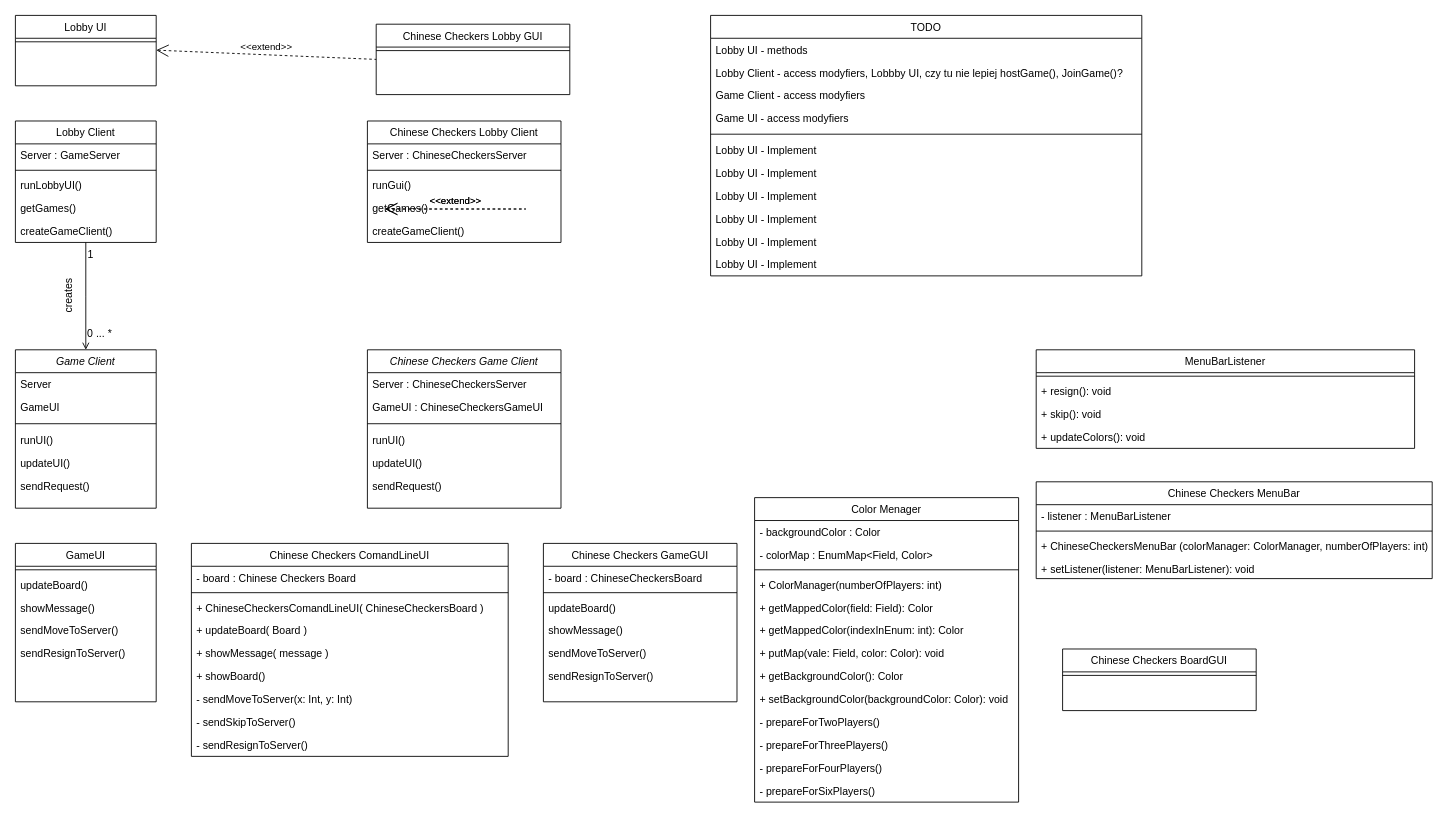
Earlier version of the draw.io diagram ULM/Client.drawio (TobiaszWojnar/Chinese-checkers). Source tidied: cells renumbered, new cells numbered last; positions are measured from the earlier drawing's top-left corner, leaving out a move shared by most shapes. Both pictures are drawn from the tidied source at 88%, with x=0, y=0 at pixel (15, 15).
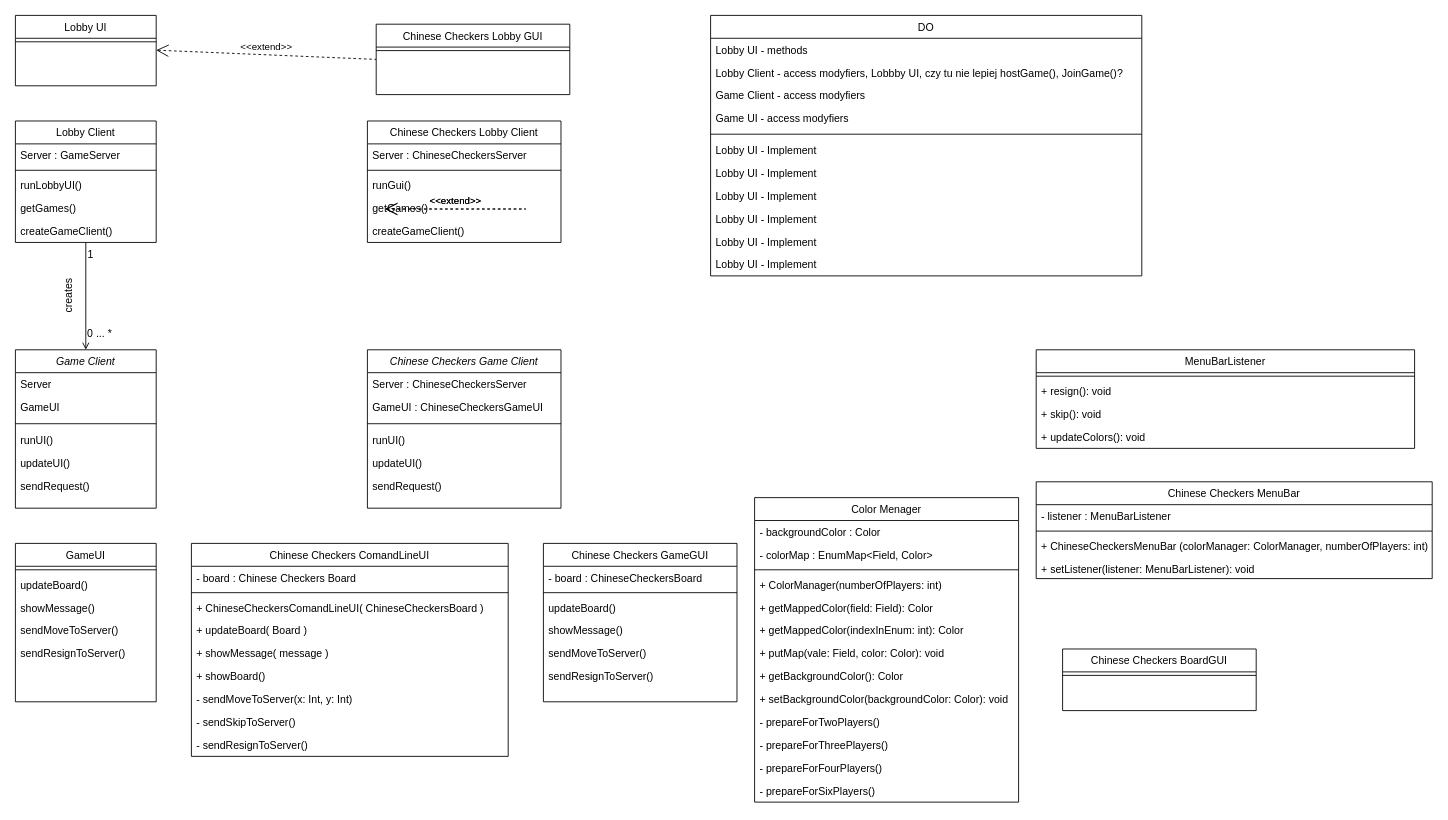
The same page after the edit.

The edit, as a diff of the source:
```diff
@@
-    <mxCell id="79" value="TODO" style="swimlane;fontStyle=0;align=center;verticalAlign=top;horizontal=1;startSize=26;rounded=0;shadow=0;strokeWidth=1;" parent="1" vertex="1">
+    <mxCell id="79" value="DO" style="swimlane;fontStyle=0;align=center;verticalAlign=top;horizontal=1;startSize=26;rounded=0;shadow=0;strokeWidth=1;" parent="1" vertex="1">
       <mxGeometry x="790" width="490" height="296" as="geometry" />
     </mxCell>
```
